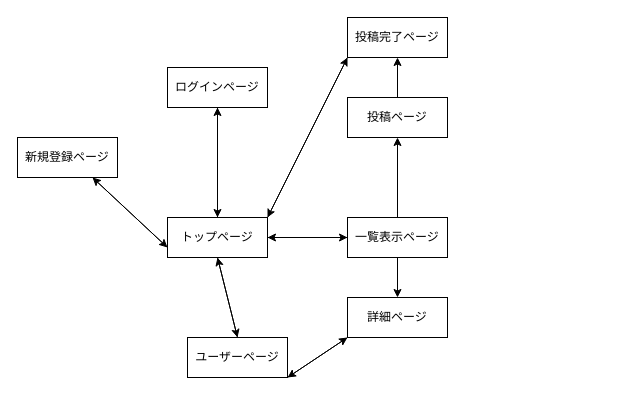
chantake1128/tabimemo keeps this draw.io diagram as test.dio. Above is the earlier version. Source tidied: cells renumbered, new cells numbered last; positions are measured from the earlier drawing's top-left corner, leaving out a move shared by most shapes. Both pictures are drawn from the tidied source at 100%, with x=0, y=0 at pixel (17, 17).
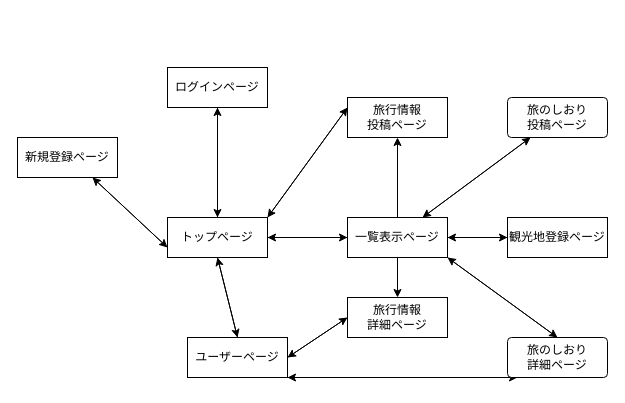
The same page after the edit.

The change refers to these unchanged cells:
```xml
<mxCell id="5" value="一覧表示ページ" style="whiteSpace=wrap;html=1;align=center;" parent="1" vertex="1">
  <mxGeometry x="330" y="200" width="100" height="40" as="geometry" />
</mxCell>
<mxCell id="14" value="ユーザーページ" style="whiteSpace=wrap;html=1;align=center;" parent="1" vertex="1">
  <mxGeometry x="170" y="320" width="100" height="40" as="geometry" />
</mxCell>
<mxCell id="24" value="トップページ" style="whiteSpace=wrap;html=1;align=center;" parent="1" vertex="1">
  <mxGeometry x="150" y="200" width="100" height="40" as="geometry" />
</mxCell>
```

Diff of the diagram source:
```diff
@@
+    <mxCell id="25" style="edgeStyle=none;html=1;exitX=1;exitY=0.5;exitDx=0;exitDy=0;entryX=0;entryY=0.5;entryDx=0;entryDy=0;" parent="1" edge="1" source="5" target="30">
+      <mxGeometry relative="1" as="geometry" />
+    </mxCell>
+    <mxCell id="26" style="edgeStyle=none;html=1;exitX=0.75;exitY=0;exitDx=0;exitDy=0;" parent="1" edge="1" source="5" target="32">
+      <mxGeometry relative="1" as="geometry" />
+    </mxCell>
+    <mxCell id="27" style="edgeStyle=none;html=1;exitX=1;exitY=1;exitDx=0;exitDy=0;entryX=0.5;entryY=0;entryDx=0;entryDy=0;" parent="1" edge="1" source="5" target="35">
+      <mxGeometry relative="1" as="geometry" />
+    </mxCell>
@@
-    <mxCell id="8" style="edgeStyle=none;html=1;exitX=0.5;exitY=0;exitDx=0;exitDy=0;" parent="1" edge="1" source="9" target="11">
-      <mxGeometry relative="1" as="geometry" />
-    </mxCell>
-    <mxCell id="9" value="投稿ページ" style="whiteSpace=wrap;html=1;align=center;" parent="1" vertex="1">
+    <mxCell id="9" value="旅行情報&lt;br&gt;投稿ページ" style="whiteSpace=wrap;html=1;align=center;" parent="1" vertex="1">
       <mxGeometry x="330" y="80" width="100" height="40" as="geometry" />
     </mxCell>
-    <mxCell id="10" style="edgeStyle=none;html=1;exitX=0;exitY=1;exitDx=0;exitDy=0;entryX=1;entryY=0;entryDx=0;entryDy=0;" parent="1" edge="1" source="11" target="24">
+    <mxCell id="10" style="edgeStyle=none;html=1;exitX=0;exitY=0.25;exitDx=0;exitDy=0;entryX=1;entryY=0;entryDx=0;entryDy=0;" parent="1" edge="1" source="9" target="24">
       <mxGeometry relative="1" as="geometry" />
     </mxCell>
-    <mxCell id="11" value="投稿完了ページ" style="whiteSpace=wrap;html=1;align=center;" parent="1" vertex="1">
-      <mxGeometry x="330" width="100" height="40" as="geometry" />
-    </mxCell>
@@
-    <mxCell id="13" style="edgeStyle=none;html=1;exitX=1;exitY=1;exitDx=0;exitDy=0;entryX=0;entryY=1;entryDx=0;entryDy=0;" parent="1" edge="1" source="14" target="18">
+    <mxCell id="13" style="edgeStyle=none;html=1;exitX=1;exitY=0.5;exitDx=0;exitDy=0;entryX=0;entryY=0.5;entryDx=0;entryDy=0;" parent="1" edge="1" source="14" target="18">
       <mxGeometry relative="1" as="geometry" />
     </mxCell>
+    <mxCell id="28" style="edgeStyle=none;html=1;exitX=0.75;exitY=1;exitDx=0;exitDy=0;" parent="1" edge="1" source="14">
+      <mxGeometry relative="1" as="geometry">
+        <mxPoint x="500" y="360" as="targetPoint" />
+      </mxGeometry>
+    </mxCell>
@@
-    <mxCell id="17" style="edgeStyle=none;html=1;exitX=0;exitY=1;exitDx=0;exitDy=0;entryX=1;entryY=1;entryDx=0;entryDy=0;" parent="1" edge="1" source="18" target="14">
+    <mxCell id="17" style="edgeStyle=none;html=1;exitX=0;exitY=0.5;exitDx=0;exitDy=0;entryX=1;entryY=0.5;entryDx=0;entryDy=0;" parent="1" edge="1" source="18" target="14">
       <mxGeometry relative="1" as="geometry" />
     </mxCell>
-    <mxCell id="18" value="詳細ページ" style="whiteSpace=wrap;html=1;align=center;" parent="1" vertex="1">
+    <mxCell id="18" value="旅行情報&lt;br&gt;詳細ページ" style="whiteSpace=wrap;html=1;align=center;" parent="1" vertex="1">
       <mxGeometry x="330" y="280" width="100" height="40" as="geometry" />
     </mxCell>
-    <mxCell id="19" style="edgeStyle=none;html=1;exitX=1;exitY=0;exitDx=0;exitDy=0;entryX=0;entryY=1;entryDx=0;entryDy=0;" parent="1" edge="1" source="24" target="11">
+    <mxCell id="19" style="edgeStyle=none;html=1;exitX=1;exitY=0;exitDx=0;exitDy=0;entryX=0;entryY=0.25;entryDx=0;entryDy=0;" parent="1" edge="1" source="24" target="9">
       <mxGeometry relative="1" as="geometry" />
     </mxCell>
@@
+    <mxCell id="29" style="edgeStyle=none;html=1;exitX=0;exitY=0.5;exitDx=0;exitDy=0;entryX=1;entryY=0.5;entryDx=0;entryDy=0;" parent="1" edge="1" source="30" target="5">
+      <mxGeometry relative="1" as="geometry" />
+    </mxCell>
+    <mxCell id="30" value="観光地登録ページ" style="whiteSpace=wrap;html=1;align=center;" parent="1" vertex="1">
+      <mxGeometry x="490" y="200" width="100" height="40" as="geometry" />
+    </mxCell>
+    <mxCell id="31" style="edgeStyle=none;html=1;entryX=0.75;entryY=0;entryDx=0;entryDy=0;" parent="1" edge="1" source="32" target="5">
+      <mxGeometry relative="1" as="geometry" />
+    </mxCell>
+    <mxCell id="32" value="旅のしおり&lt;br&gt;投稿ページ" style="rounded=1;arcSize=10;whiteSpace=wrap;html=1;align=center;" parent="1" vertex="1">
+      <mxGeometry x="490" y="80" width="100" height="40" as="geometry" />
+    </mxCell>
+    <mxCell id="33" style="edgeStyle=none;html=1;exitX=0.5;exitY=0;exitDx=0;exitDy=0;entryX=1;entryY=1;entryDx=0;entryDy=0;" parent="1" edge="1" source="35" target="5">
+      <mxGeometry relative="1" as="geometry" />
+    </mxCell>
+    <mxCell id="34" style="edgeStyle=none;html=1;exitX=0;exitY=1;exitDx=0;exitDy=0;" parent="1" edge="1" source="35">
+      <mxGeometry relative="1" as="geometry">
+        <mxPoint x="270" y="360" as="targetPoint" />
+      </mxGeometry>
+    </mxCell>
+    <mxCell id="35" value="旅のしおり&lt;br&gt;詳細ページ" style="rounded=1;arcSize=10;whiteSpace=wrap;html=1;align=center;" parent="1" vertex="1">
+      <mxGeometry x="490" y="320" width="100" height="40" as="geometry" />
+    </mxCell>
```
